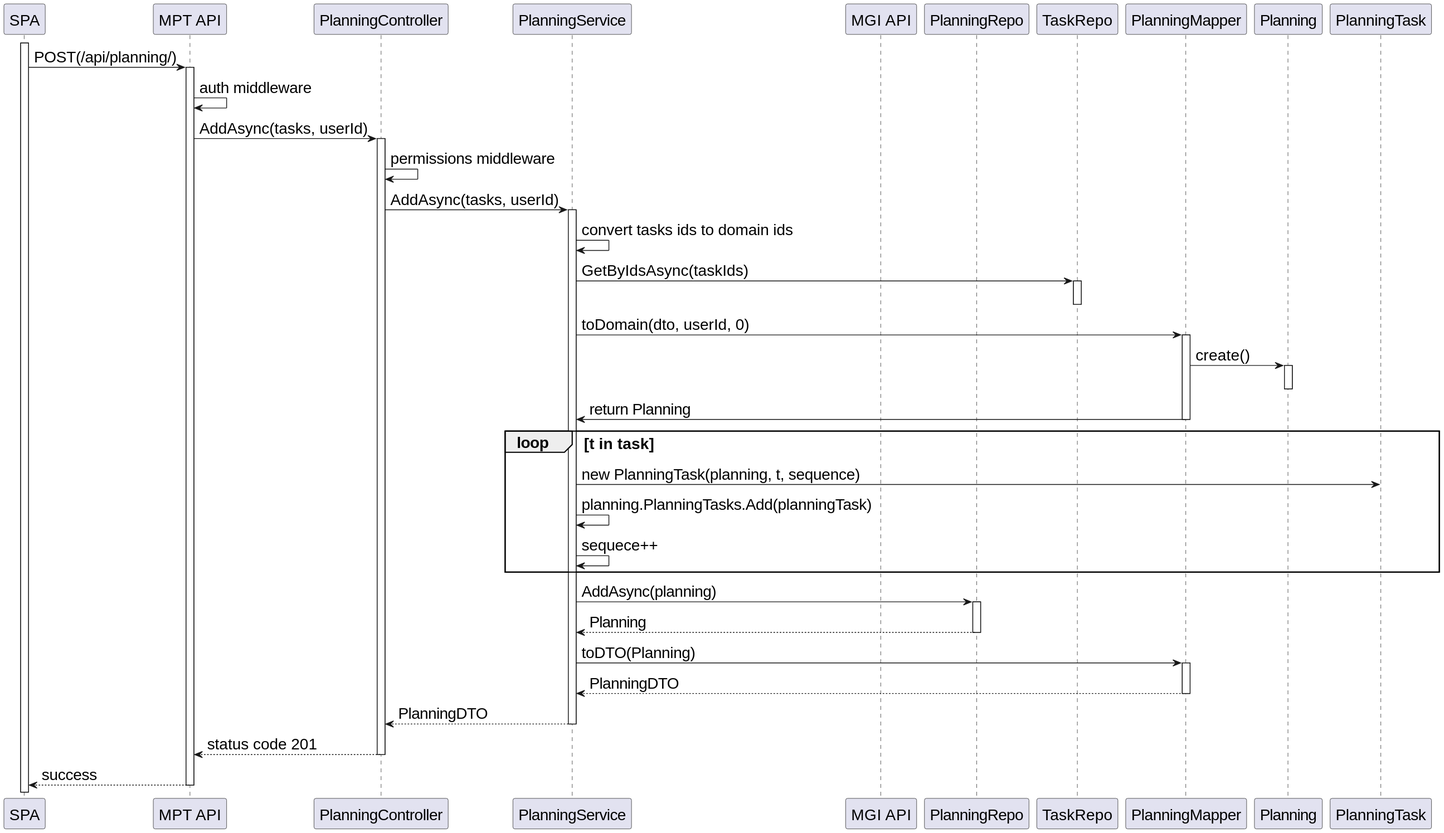
Earlier version of the PlantUML export docs/SprintC/nivel3/mpt/N3_US500.svg (ruben1132/PI5_23-24).
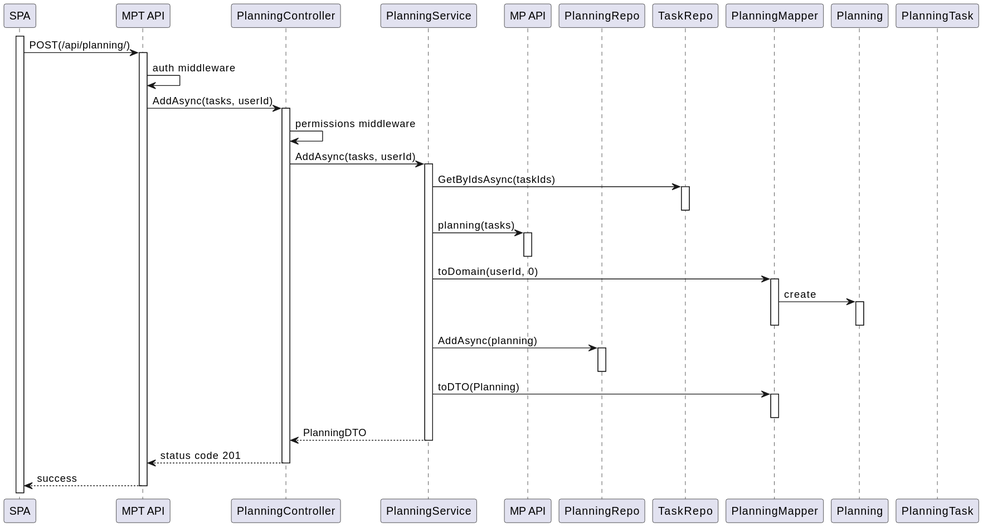
Later version of the same file.

What changed in the source:
```diff
@@ -1,7 +1,7 @@
 @startuml
-skinparamlocked defaultFontSize 20
 participant SPA
 participant "MPT API" as API
+participant "MP API" as API2
 participant "PlanningController" as Ctrl
 participant "PlanningService" as Srv
 participant "MGI API" as API2
@@ -23,35 +23,27 @@
 Ctrl -> Srv: AddAsync(tasks, userId)
 activate Srv
 
-Srv -> Srv: convert tasks ids to domain ids
-
 Srv -> tr: GetByIdsAsync(taskIds)
 activate tr
 deactivate tr
 
-Srv -> Map : toDomain(dto, userId, 0)
+Srv -> API2 : planning(tasks)
+activate API2
+deactivate API2
+
+Srv -> Map : toDomain(userId, 0)
 activate Map
-Map -> Planning: create()
+Map -> Planning: create
 activate Planning
 deactivate Planning
-Map -> Srv: return Planning
 deactivate Map
-
-
-loop t in task
-Srv -> pt: new PlanningTask(planning, t, sequence)
-Srv -> Srv: planning.PlanningTasks.Add(planningTask)
-Srv -> Srv: sequece++
-end
 
 Srv -> Repo: AddAsync(planning)
 activate Repo
-Repo --> Srv: Planning
 deactivate Repo
 
 Srv -> Map: toDTO(Planning)
 activate Map
-Map --> Srv: PlanningDTO
 deactivate Map
 
 Srv --> Ctrl: PlanningDTO
@@ -62,4 +54,6 @@
 
 API --> SPA: success
 deactivate API
+
+
 @enduml
```
